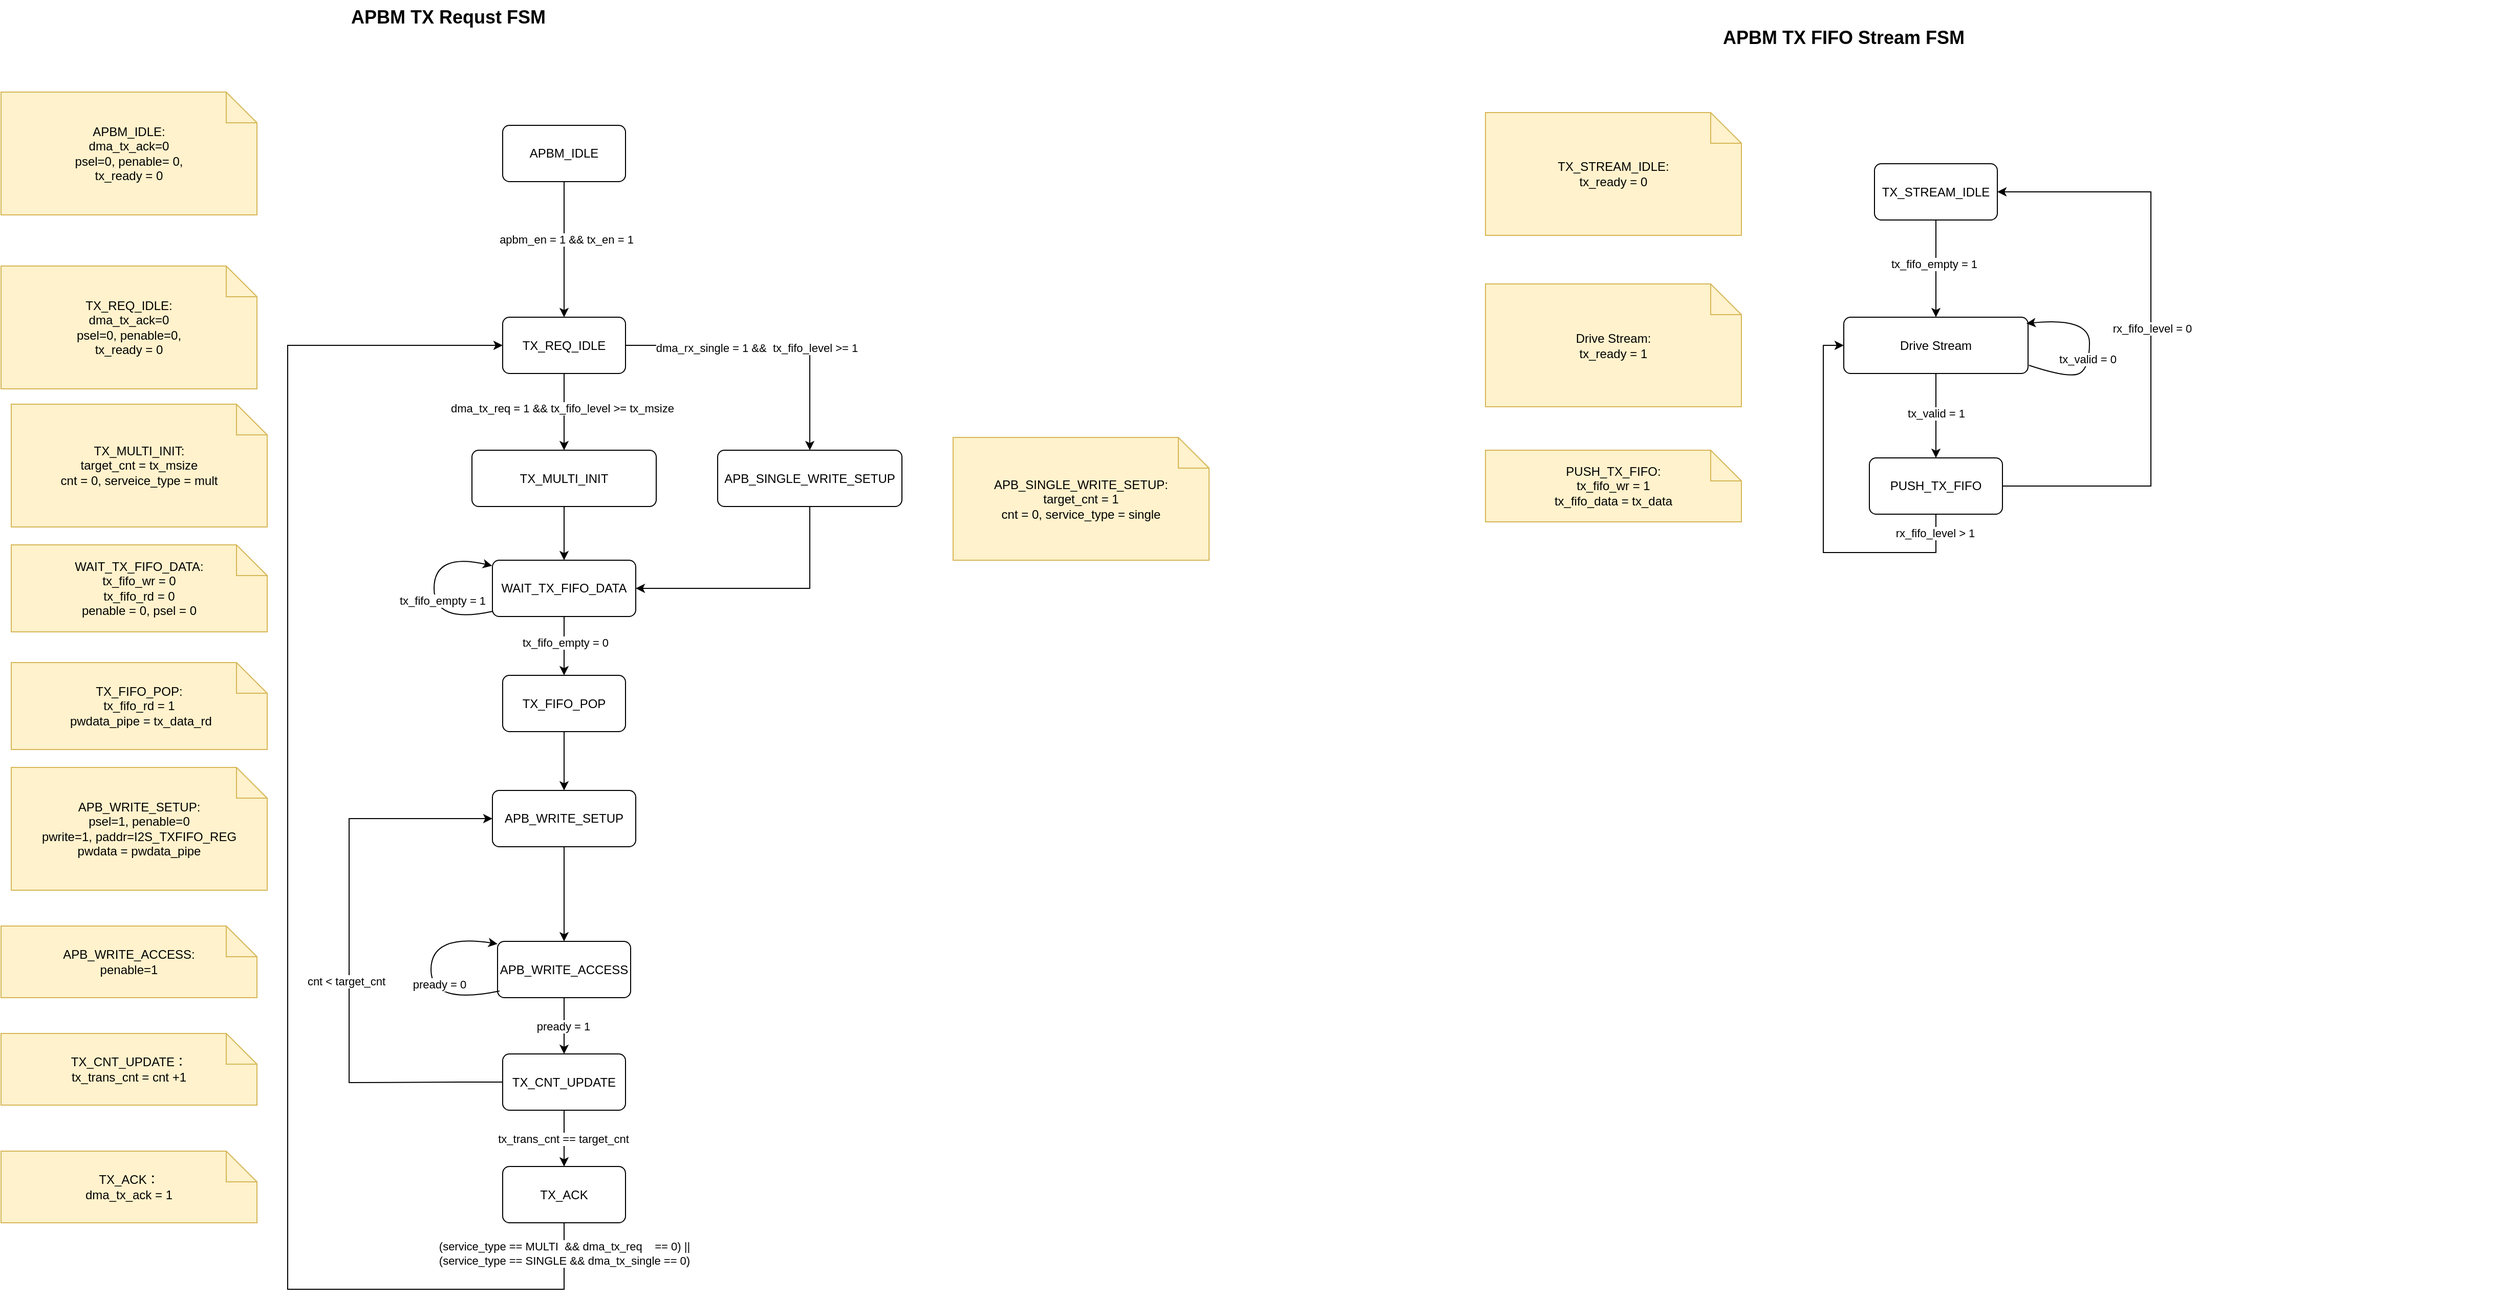
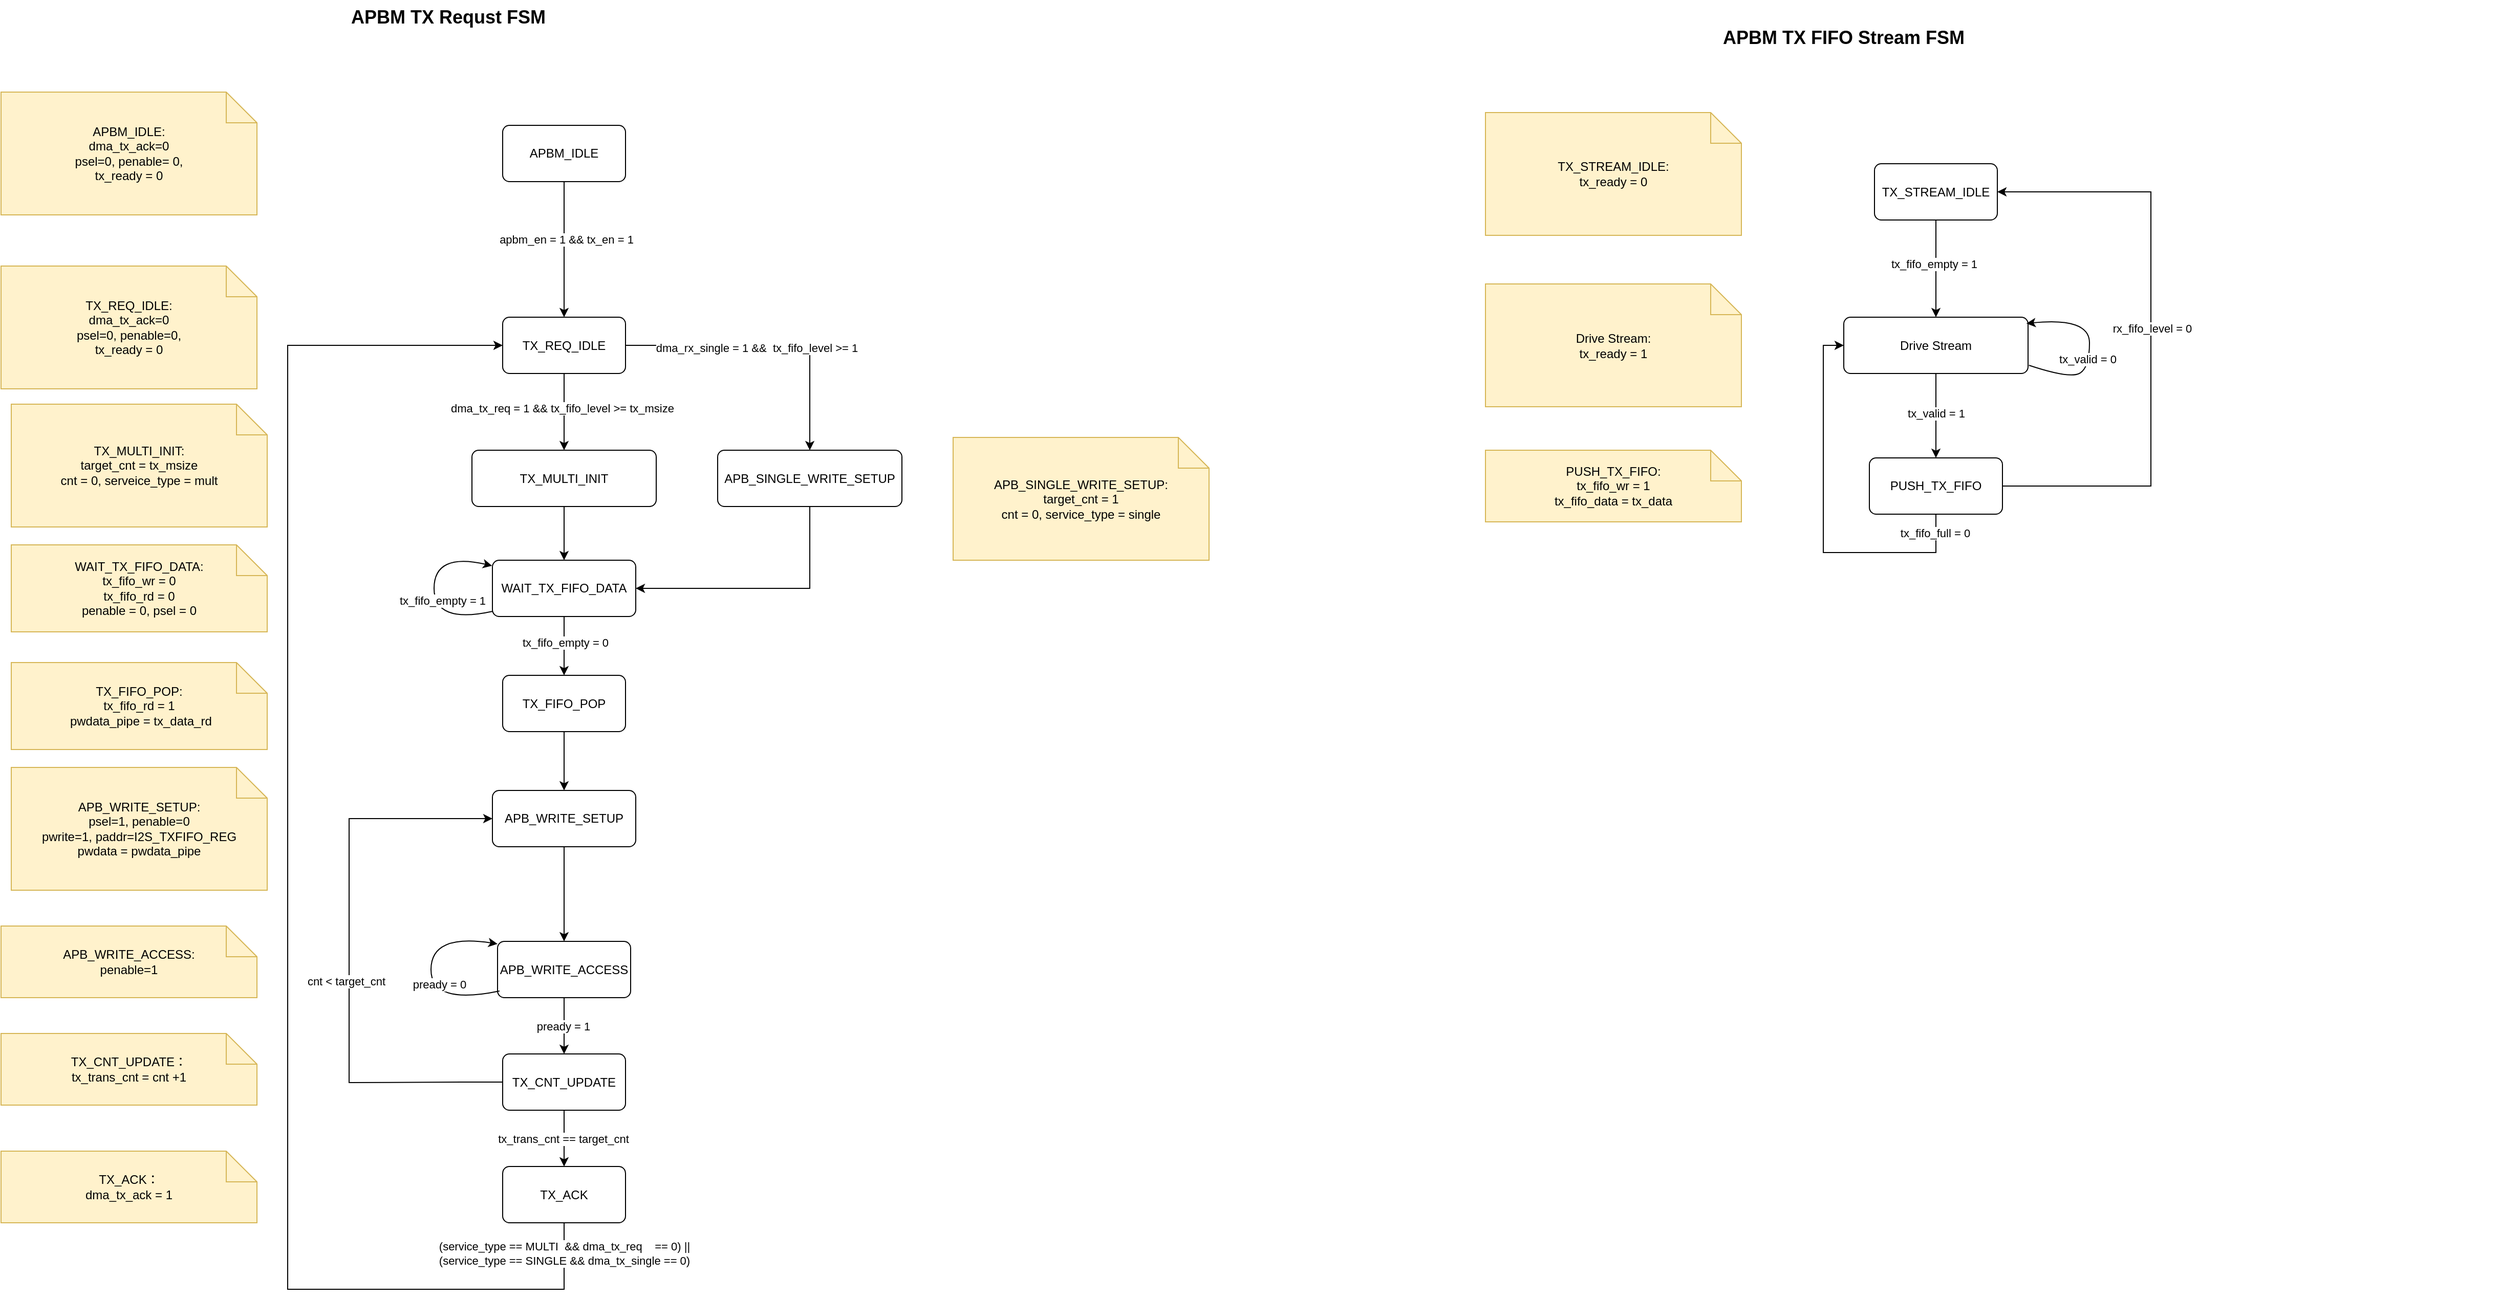
<mxfile host="app.diagrams.net">
  <diagram name="第 1 页" id="fH5n9Me7nUtPE_JYtTzi">
-     <mxGraphModel dx="619" dy="350" grid="1" gridSize="10" guides="1" tooltips="1" connect="1" arrows="1" fold="1" page="1" pageScale="1" pageWidth="827" pageHeight="1169" math="0" shadow="0">
+     <mxGraphModel dx="645" dy="364" grid="1" gridSize="10" guides="1" tooltips="1" connect="1" arrows="1" fold="1" page="1" pageScale="1" pageWidth="827" pageHeight="1169" math="0" shadow="0">
      <root>
        <mxCell id="0" />
        <mxCell id="1" parent="0" />
        <mxCell id="Ly1VW1kiYANL2SHkxWqd-1" parent="1" style="text;html=1;strokeColor=none;fillColor=none;fontSize=18;fontStyle=1;" value="APBM TX Requst FSM&amp;nbsp;&amp;nbsp;" vertex="1">
          <mxGeometry height="40" width="760" x="810" y="130" as="geometry" />
        </mxCell>
        <mxCell id="Ly1VW1kiYANL2SHkxWqd-2" parent="1" style="rounded=1;whiteSpace=wrap;html=1;arcSize=12;fillColor=#ffffff;strokeColor=#000000;" value="TX_REQ_IDLE" vertex="1">
          <mxGeometry height="55" width="120" x="960" y="440" as="geometry" />
        </mxCell>
        <mxCell id="Ly1VW1kiYANL2SHkxWqd-3" parent="1" style="rounded=1;whiteSpace=wrap;html=1;arcSize=12;fillColor=#ffffff;strokeColor=#000000;" value="APB_WRITE_SETUP" vertex="1">
          <mxGeometry height="55" width="140" x="950" y="902.5" as="geometry" />
        </mxCell>
        <mxCell id="Ly1VW1kiYANL2SHkxWqd-4" edge="1" parent="1" source="Ly1VW1kiYANL2SHkxWqd-2" style="endArrow=classic;html=1;rounded=0;exitX=0.5;exitY=1;exitDx=0;exitDy=0;entryX=0.5;entryY=0;entryDx=0;entryDy=0;" target="Ly1VW1kiYANL2SHkxWqd-40" value="">
          <mxGeometry height="50" relative="1" width="50" as="geometry">
            <mxPoint x="1040" y="560" as="sourcePoint" />
            <mxPoint x="1020" y="570" as="targetPoint" />
          </mxGeometry>
        </mxCell>
        <mxCell id="Ly1VW1kiYANL2SHkxWqd-5" connectable="0" parent="Ly1VW1kiYANL2SHkxWqd-4" style="edgeLabel;html=1;align=center;verticalAlign=middle;resizable=0;points=[];" value="dma_tx_req = 1 &amp;amp;&amp;amp; tx_fifo_level &amp;gt;= tx_msize" vertex="1">
          <mxGeometry relative="1" x="-0.0927" y="-2" as="geometry">
            <mxPoint as="offset" />
          </mxGeometry>
        </mxCell>
        <mxCell id="Ly1VW1kiYANL2SHkxWqd-6" parent="1" style="shape=note;whiteSpace=wrap;html=1;fillColor=#fff2cc;strokeColor=#d6b656;" value="APB_WRITE_SETUP:&lt;div&gt;psel=1, penable=0&lt;br&gt;pwrite=1, paddr=I2S_TXFIFO_REG&lt;/div&gt;&lt;div&gt;pwdata = pwdata_pipe&lt;/div&gt;" vertex="1">
          <mxGeometry height="120" width="250" x="480" y="880" as="geometry" />
        </mxCell>
        <mxCell id="Ly1VW1kiYANL2SHkxWqd-7" parent="1" style="rounded=1;whiteSpace=wrap;html=1;arcSize=12;fillColor=#ffffff;strokeColor=#000000;" value="APB_WRITE_ACCESS" vertex="1">
          <mxGeometry height="55" width="130" x="955" y="1050" as="geometry" />
        </mxCell>
        <mxCell id="Ly1VW1kiYANL2SHkxWqd-8" edge="1" parent="1" source="Ly1VW1kiYANL2SHkxWqd-3" style="endArrow=classic;html=1;rounded=0;exitX=0.5;exitY=1;exitDx=0;exitDy=0;entryX=0.5;entryY=0;entryDx=0;entryDy=0;" target="Ly1VW1kiYANL2SHkxWqd-7" value="">
          <mxGeometry height="50" relative="1" width="50" as="geometry">
            <mxPoint x="1030" y="1032.5" as="sourcePoint" />
            <mxPoint x="1080" y="982.5" as="targetPoint" />
          </mxGeometry>
        </mxCell>
        <mxCell id="Ly1VW1kiYANL2SHkxWqd-9" parent="1" style="shape=note;whiteSpace=wrap;html=1;fillColor=#fff2cc;strokeColor=#d6b656;" value="APB_WRITE_ACCESS:&lt;br&gt;penable=1" vertex="1">
          <mxGeometry height="70" width="250" x="470" y="1035" as="geometry" />
        </mxCell>
        <mxCell id="Ly1VW1kiYANL2SHkxWqd-10" edge="1" parent="1" source="Ly1VW1kiYANL2SHkxWqd-7" style="curved=1;endArrow=classic;html=1;rounded=0;exitX=0.015;exitY=0.881;exitDx=0;exitDy=0;entryX=0;entryY=0;entryDx=0;entryDy=0;exitPerimeter=0;" value="">
          <mxGeometry height="50" relative="1" width="50" as="geometry">
            <Array as="points">
              <mxPoint x="890" y="1112.5" />
              <mxPoint x="890" y="1042.5" />
            </Array>
            <mxPoint x="955" y="1107.5" as="sourcePoint" />
            <mxPoint x="955" y="1052.5" as="targetPoint" />
          </mxGeometry>
        </mxCell>
        <mxCell id="Ly1VW1kiYANL2SHkxWqd-11" connectable="0" parent="Ly1VW1kiYANL2SHkxWqd-10" style="edgeLabel;html=1;align=center;verticalAlign=middle;resizable=0;points=[];" value="pready = 0" vertex="1">
          <mxGeometry relative="1" x="-0.1215" y="-8" as="geometry">
            <mxPoint as="offset" />
          </mxGeometry>
        </mxCell>
        <mxCell id="Ly1VW1kiYANL2SHkxWqd-12" parent="1" style="rounded=1;whiteSpace=wrap;html=1;arcSize=12;fillColor=#ffffff;strokeColor=#000000;" value="WAIT_TX_FIFO_DATA" vertex="1">
          <mxGeometry height="55" width="140" x="950" y="677.5" as="geometry" />
        </mxCell>
        <mxCell id="Ly1VW1kiYANL2SHkxWqd-13" edge="1" parent="1" source="Ly1VW1kiYANL2SHkxWqd-7" style="endArrow=classic;html=1;rounded=0;exitX=0.5;exitY=1;exitDx=0;exitDy=0;entryX=0.5;entryY=0;entryDx=0;entryDy=0;" target="Ly1VW1kiYANL2SHkxWqd-47" value="">
          <mxGeometry height="50" relative="1" width="50" as="geometry">
            <mxPoint x="1010" y="1182.5" as="sourcePoint" />
            <mxPoint x="1020" y="1150" as="targetPoint" />
          </mxGeometry>
        </mxCell>
        <mxCell id="Ly1VW1kiYANL2SHkxWqd-14" connectable="0" parent="Ly1VW1kiYANL2SHkxWqd-13" style="edgeLabel;html=1;align=center;verticalAlign=middle;resizable=0;points=[];" value="pready = 1" vertex="1">
          <mxGeometry relative="1" x="0.0089" y="-1" as="geometry">
            <mxPoint as="offset" />
          </mxGeometry>
        </mxCell>
        <mxCell id="Ly1VW1kiYANL2SHkxWqd-15" parent="1" style="shape=note;whiteSpace=wrap;html=1;fillColor=#fff2cc;strokeColor=#d6b656;" value="WAIT_TX_FIFO_DATA:&lt;div&gt;tx_fifo_wr = 0&lt;/div&gt;&lt;div&gt;tx_fifo_rd = 0&lt;br&gt;&lt;/div&gt;&lt;div&gt;penable = 0, psel = 0&lt;/div&gt;" vertex="1">
          <mxGeometry height="85" width="250" x="480" y="662.5" as="geometry" />
        </mxCell>
        <mxCell id="Ly1VW1kiYANL2SHkxWqd-16" parent="1" style="rounded=1;whiteSpace=wrap;html=1;arcSize=12;fillColor=#ffffff;strokeColor=#000000;" value="TX_ACK" vertex="1">
          <mxGeometry height="55" width="120" x="960" y="1270" as="geometry" />
        </mxCell>
        <mxCell id="Ly1VW1kiYANL2SHkxWqd-17" edge="1" parent="1" source="Ly1VW1kiYANL2SHkxWqd-47" style="endArrow=classic;html=1;rounded=0;exitX=0.5;exitY=1;exitDx=0;exitDy=0;entryX=0.5;entryY=0;entryDx=0;entryDy=0;" target="Ly1VW1kiYANL2SHkxWqd-16" value="">
          <mxGeometry height="50" relative="1" width="50" as="geometry">
            <mxPoint x="1150.3600000000001" y="1105" as="sourcePoint" />
            <mxPoint x="1150" y="1140" as="targetPoint" />
          </mxGeometry>
        </mxCell>
        <mxCell id="Ly1VW1kiYANL2SHkxWqd-18" connectable="0" parent="Ly1VW1kiYANL2SHkxWqd-17" style="edgeLabel;html=1;align=center;verticalAlign=middle;resizable=0;points=[];" value="tx_trans_cnt == target_cnt" vertex="1">
          <mxGeometry relative="1" x="0.0089" y="-1" as="geometry">
            <mxPoint as="offset" />
          </mxGeometry>
        </mxCell>
        <mxCell id="Ly1VW1kiYANL2SHkxWqd-19" parent="1" style="shape=note;whiteSpace=wrap;html=1;fillColor=#fff2cc;strokeColor=#d6b656;" value="TX_ACK：&lt;div&gt;dma_tx_ack = 1&lt;/div&gt;" vertex="1">
          <mxGeometry height="70" width="250" x="470" y="1255" as="geometry" />
        </mxCell>
        <mxCell id="Ly1VW1kiYANL2SHkxWqd-20" parent="1" style="shape=note;whiteSpace=wrap;html=1;fillColor=#fff2cc;strokeColor=#d6b656;" value="TX_REQ_IDLE:&lt;div&gt;dma_tx_ack=0&lt;/div&gt;&lt;div&gt;psel=0, penable=0,&lt;br&gt;&lt;/div&gt;&lt;div&gt;tx_ready = 0&lt;br&gt;&lt;/div&gt;" vertex="1">
          <mxGeometry height="120" width="250" x="470" y="390" as="geometry" />
        </mxCell>
        <mxCell id="Ly1VW1kiYANL2SHkxWqd-21" edge="1" parent="1" source="Ly1VW1kiYANL2SHkxWqd-16" style="endArrow=classic;html=1;rounded=0;exitX=0.5;exitY=1;exitDx=0;exitDy=0;edgeStyle=orthogonalEdgeStyle;entryX=0;entryY=0.5;entryDx=0;entryDy=0;" target="Ly1VW1kiYANL2SHkxWqd-2" value="">
          <mxGeometry height="50" relative="1" width="50" as="geometry">
            <Array as="points">
              <mxPoint x="1020" y="1390" />
              <mxPoint x="750" y="1390" />
              <mxPoint x="750" y="467" />
            </Array>
            <mxPoint x="909.95" y="1052.5" as="sourcePoint" />
            <mxPoint x="850" y="465" as="targetPoint" />
          </mxGeometry>
        </mxCell>
        <mxCell id="Ly1VW1kiYANL2SHkxWqd-22" connectable="0" parent="Ly1VW1kiYANL2SHkxWqd-21" style="edgeLabel;html=1;align=center;verticalAlign=middle;resizable=0;points=[];" value="&lt;div&gt;(service_type == MULTI&amp;nbsp; &amp;amp;&amp;amp; dma_tx_req&amp;nbsp; &amp;nbsp; == 0) ||&lt;/div&gt;&lt;div&gt;(service_type == SINGLE &amp;amp;&amp;amp; dma_tx_single == 0)&lt;/div&gt;" vertex="1">
          <mxGeometry relative="1" x="-0.9589" as="geometry">
            <mxPoint as="offset" />
          </mxGeometry>
        </mxCell>
        <mxCell id="Ly1VW1kiYANL2SHkxWqd-23" edge="1" parent="1" source="Ly1VW1kiYANL2SHkxWqd-2" style="endArrow=classic;html=1;rounded=0;exitX=1;exitY=0.5;exitDx=0;exitDy=0;edgeStyle=orthogonalEdgeStyle;entryX=0.5;entryY=0;entryDx=0;entryDy=0;" target="Ly1VW1kiYANL2SHkxWqd-25" value="">
          <mxGeometry height="50" relative="1" width="50" as="geometry">
            <mxPoint x="1250" y="540" as="sourcePoint" />
            <mxPoint x="1260" y="560" as="targetPoint" />
          </mxGeometry>
        </mxCell>
        <mxCell id="Ly1VW1kiYANL2SHkxWqd-24" connectable="0" parent="Ly1VW1kiYANL2SHkxWqd-23" style="edgeLabel;html=1;align=center;verticalAlign=middle;resizable=0;points=[];" value="dma_rx_single = 1 &amp;amp;&amp;amp;&amp;nbsp; tx_fifo_level &amp;gt;= 1" vertex="1">
          <mxGeometry relative="1" x="-0.0927" y="-2" as="geometry">
            <mxPoint as="offset" />
          </mxGeometry>
        </mxCell>
        <mxCell id="Ly1VW1kiYANL2SHkxWqd-25" parent="1" style="rounded=1;whiteSpace=wrap;html=1;arcSize=12;fillColor=#ffffff;strokeColor=#000000;" value="APB_SINGLE_WRITE_SETUP" vertex="1">
          <mxGeometry height="55" width="180" x="1170" y="570" as="geometry" />
        </mxCell>
        <mxCell id="Ly1VW1kiYANL2SHkxWqd-26" parent="1" style="shape=note;whiteSpace=wrap;html=1;fillColor=#fff2cc;strokeColor=#d6b656;" value="APB_SINGLE_WRITE_SETUP:&lt;div&gt;target_cnt = 1&lt;br&gt;cnt = 0, service_type = single&lt;/div&gt;" vertex="1">
          <mxGeometry height="120" width="250" x="1400" y="557.5" as="geometry" />
        </mxCell>
        <mxCell id="Ly1VW1kiYANL2SHkxWqd-27" edge="1" parent="1" source="Ly1VW1kiYANL2SHkxWqd-25" style="endArrow=classic;html=1;rounded=0;exitX=0.5;exitY=1;exitDx=0;exitDy=0;edgeStyle=orthogonalEdgeStyle;entryX=1;entryY=0.5;entryDx=0;entryDy=0;" target="Ly1VW1kiYANL2SHkxWqd-12" value="">
          <mxGeometry height="50" relative="1" width="50" as="geometry">
            <mxPoint x="1230" y="950" as="sourcePoint" />
            <mxPoint x="1210" y="680" as="targetPoint" />
          </mxGeometry>
        </mxCell>
        <mxCell id="Ly1VW1kiYANL2SHkxWqd-28" parent="1" style="rounded=1;whiteSpace=wrap;html=1;arcSize=12;fillColor=#ffffff;strokeColor=#000000;" value="TX_FIFO_POP" vertex="1">
          <mxGeometry height="55" width="120" x="960" y="790" as="geometry" />
        </mxCell>
        <mxCell id="Ly1VW1kiYANL2SHkxWqd-29" edge="1" parent="1" source="Ly1VW1kiYANL2SHkxWqd-12" style="endArrow=classic;html=1;rounded=0;exitX=0.5;exitY=1;exitDx=0;exitDy=0;entryX=0.5;entryY=0;entryDx=0;entryDy=0;" target="Ly1VW1kiYANL2SHkxWqd-28" value="">
          <mxGeometry height="50" relative="1" width="50" as="geometry">
            <mxPoint x="1090" y="797.5" as="sourcePoint" />
            <mxPoint x="1040" y="787.5" as="targetPoint" />
          </mxGeometry>
        </mxCell>
        <mxCell id="Ly1VW1kiYANL2SHkxWqd-30" connectable="0" parent="Ly1VW1kiYANL2SHkxWqd-29" style="edgeLabel;html=1;align=center;verticalAlign=middle;resizable=0;points=[];" value="tx_fifo_empty = 0" vertex="1">
          <mxGeometry relative="1" x="-0.1138" y="1" as="geometry">
            <mxPoint as="offset" />
          </mxGeometry>
        </mxCell>
        <mxCell id="Ly1VW1kiYANL2SHkxWqd-31" edge="1" parent="1" style="curved=1;endArrow=classic;html=1;rounded=0;entryX=-0.002;entryY=0.099;entryDx=0;entryDy=0;entryPerimeter=0;" target="Ly1VW1kiYANL2SHkxWqd-12" value="">
          <mxGeometry height="50" relative="1" width="50" as="geometry">
            <Array as="points">
              <mxPoint x="893" y="740" />
              <mxPoint x="893" y="670" />
            </Array>
            <mxPoint x="950" y="727.5" as="sourcePoint" />
            <mxPoint x="958" y="680" as="targetPoint" />
          </mxGeometry>
        </mxCell>
        <mxCell id="Ly1VW1kiYANL2SHkxWqd-32" connectable="0" parent="Ly1VW1kiYANL2SHkxWqd-31" style="edgeLabel;html=1;align=center;verticalAlign=middle;resizable=0;points=[];" value="tx_fifo_empty = 1" vertex="1">
          <mxGeometry relative="1" x="-0.1215" y="-8" as="geometry">
            <mxPoint as="offset" />
          </mxGeometry>
        </mxCell>
        <mxCell id="Ly1VW1kiYANL2SHkxWqd-33" parent="1" style="shape=note;whiteSpace=wrap;html=1;fillColor=#fff2cc;strokeColor=#d6b656;" value="TX_FIFO_POP:&lt;div&gt;tx_fifo_rd = 1&lt;br&gt;&lt;div&gt;&amp;nbsp;pwdata_pipe = tx_data_rd&lt;/div&gt;&lt;/div&gt;" vertex="1">
          <mxGeometry height="85" width="250" x="480" y="777.5" as="geometry" />
        </mxCell>
        <mxCell id="Ly1VW1kiYANL2SHkxWqd-34" parent="1" style="rounded=1;whiteSpace=wrap;html=1;arcSize=12;fillColor=#ffffff;strokeColor=#000000;" value="APBM_IDLE" vertex="1">
          <mxGeometry height="55" width="120" x="960" y="252.5" as="geometry" />
        </mxCell>
        <mxCell id="Ly1VW1kiYANL2SHkxWqd-35" edge="1" parent="1" source="Ly1VW1kiYANL2SHkxWqd-34" style="endArrow=classic;html=1;rounded=0;exitX=0.5;exitY=1;exitDx=0;exitDy=0;" target="Ly1VW1kiYANL2SHkxWqd-2" value="">
          <mxGeometry height="50" relative="1" width="50" as="geometry">
            <mxPoint x="1060" y="360" as="sourcePoint" />
            <mxPoint x="1110" y="310" as="targetPoint" />
          </mxGeometry>
        </mxCell>
        <mxCell id="Ly1VW1kiYANL2SHkxWqd-36" connectable="0" parent="Ly1VW1kiYANL2SHkxWqd-35" style="edgeLabel;html=1;align=center;verticalAlign=middle;resizable=0;points=[];" value="apbm_en = 1 &amp;amp;&amp;amp; tx_en = 1" vertex="1">
          <mxGeometry relative="1" x="-0.1446" y="2" as="geometry">
            <mxPoint as="offset" />
          </mxGeometry>
        </mxCell>
        <mxCell id="Ly1VW1kiYANL2SHkxWqd-37" parent="1" style="shape=note;whiteSpace=wrap;html=1;fillColor=#fff2cc;strokeColor=#d6b656;" value="APBM_IDLE:&lt;div&gt;dma_tx_ack=0&lt;/div&gt;&lt;div&gt;psel=0, penable= 0,&lt;br&gt;&lt;/div&gt;&lt;div&gt;tx_ready = 0&lt;/div&gt;" vertex="1">
          <mxGeometry height="120" width="250" x="470" y="220" as="geometry" />
        </mxCell>
        <mxCell id="Ly1VW1kiYANL2SHkxWqd-38" edge="1" parent="1" source="Ly1VW1kiYANL2SHkxWqd-47" style="endArrow=classic;html=1;rounded=0;edgeStyle=orthogonalEdgeStyle;entryX=0;entryY=0.5;entryDx=0;entryDy=0;exitX=0;exitY=0.5;exitDx=0;exitDy=0;" target="Ly1VW1kiYANL2SHkxWqd-3" value="">
          <mxGeometry height="50" relative="1" width="50" as="geometry">
            <Array as="points">
              <mxPoint x="920" y="1187" />
              <mxPoint x="810" y="1188" />
              <mxPoint x="810" y="930" />
            </Array>
            <mxPoint x="920" y="1150" as="sourcePoint" />
            <mxPoint x="800" y="810" as="targetPoint" />
          </mxGeometry>
        </mxCell>
        <mxCell id="Ly1VW1kiYANL2SHkxWqd-39" connectable="0" parent="Ly1VW1kiYANL2SHkxWqd-38" style="edgeLabel;html=1;align=center;verticalAlign=middle;resizable=0;points=[];" value="cnt &amp;lt; target_cnt" vertex="1">
          <mxGeometry relative="1" x="-0.0902" y="3" as="geometry">
            <mxPoint as="offset" />
          </mxGeometry>
        </mxCell>
        <mxCell id="Ly1VW1kiYANL2SHkxWqd-40" parent="1" style="rounded=1;whiteSpace=wrap;html=1;arcSize=12;fillColor=#ffffff;strokeColor=#000000;" value="TX_MULTI_INIT" vertex="1">
          <mxGeometry height="55" width="180" x="930" y="570" as="geometry" />
        </mxCell>
        <mxCell id="Ly1VW1kiYANL2SHkxWqd-41" edge="1" parent="1" source="Ly1VW1kiYANL2SHkxWqd-40" style="endArrow=classic;html=1;rounded=0;exitX=0.5;exitY=1;exitDx=0;exitDy=0;entryX=0.5;entryY=0;entryDx=0;entryDy=0;" target="Ly1VW1kiYANL2SHkxWqd-12" value="">
          <mxGeometry height="50" relative="1" width="50" as="geometry">
            <mxPoint x="1010" y="640" as="sourcePoint" />
            <mxPoint x="1020" y="670" as="targetPoint" />
          </mxGeometry>
        </mxCell>
        <mxCell id="Ly1VW1kiYANL2SHkxWqd-42" parent="1" style="shape=note;whiteSpace=wrap;html=1;fillColor=#fff2cc;strokeColor=#d6b656;" value="TX_MULTI_INIT:&lt;div&gt;target_cnt = tx_msize&lt;br&gt;cnt = 0, serveice_type = mult&lt;/div&gt;" vertex="1">
          <mxGeometry height="120" width="250" x="480" y="525" as="geometry" />
        </mxCell>
        <mxCell id="Ly1VW1kiYANL2SHkxWqd-45" edge="1" parent="1" source="Ly1VW1kiYANL2SHkxWqd-28" style="endArrow=classic;html=1;rounded=0;exitX=0.5;exitY=1;exitDx=0;exitDy=0;" target="Ly1VW1kiYANL2SHkxWqd-3" value="">
          <mxGeometry height="50" relative="1" width="50" as="geometry">
            <mxPoint x="1019.5699999999999" y="845" as="sourcePoint" />
            <mxPoint x="1019.5699999999999" y="902" as="targetPoint" />
          </mxGeometry>
        </mxCell>
        <mxCell id="Ly1VW1kiYANL2SHkxWqd-47" parent="1" style="rounded=1;whiteSpace=wrap;html=1;arcSize=12;fillColor=#ffffff;strokeColor=#000000;" value="TX_CNT_UPDATE" vertex="1">
          <mxGeometry height="55" width="120" x="960" y="1160" as="geometry" />
        </mxCell>
        <mxCell id="Ly1VW1kiYANL2SHkxWqd-48" parent="1" style="shape=note;whiteSpace=wrap;html=1;fillColor=#fff2cc;strokeColor=#d6b656;" value="TX_CNT_UPDATE：&lt;div&gt;tx_trans_cnt = cnt +1&lt;/div&gt;" vertex="1">
          <mxGeometry height="70" width="250" x="470" y="1140" as="geometry" />
        </mxCell>
        <mxCell id="Ly1VW1kiYANL2SHkxWqd-49" parent="1" style="text;html=1;strokeColor=none;fillColor=none;fontSize=18;fontStyle=1;" value="APBM TX FIFO Stream FSM&amp;nbsp;&amp;nbsp;" vertex="1">
          <mxGeometry height="40" width="760" x="2150" y="150" as="geometry" />
        </mxCell>
        <mxCell id="Ly1VW1kiYANL2SHkxWqd-50" parent="1" style="rounded=1;whiteSpace=wrap;html=1;arcSize=12;fillColor=#ffffff;strokeColor=#000000;" value="TX_STREAM_IDLE" vertex="1">
          <mxGeometry height="55" width="120" x="2300" y="290" as="geometry" />
        </mxCell>
        <mxCell id="Ly1VW1kiYANL2SHkxWqd-51" parent="1" style="rounded=1;whiteSpace=wrap;html=1;arcSize=12;fillColor=#ffffff;strokeColor=#000000;" value="Drive Stream" vertex="1">
          <mxGeometry height="55" width="180" x="2270" y="440" as="geometry" />
        </mxCell>
        <mxCell id="Ly1VW1kiYANL2SHkxWqd-52" edge="1" parent="1" source="Ly1VW1kiYANL2SHkxWqd-50" style="endArrow=classic;html=1;rounded=0;exitX=0.5;exitY=1;exitDx=0;exitDy=0;entryX=0.5;entryY=0;entryDx=0;entryDy=0;" target="Ly1VW1kiYANL2SHkxWqd-51" value="">
          <mxGeometry height="50" relative="1" width="50" as="geometry">
            <mxPoint x="2380" y="410" as="sourcePoint" />
            <mxPoint x="2430" y="360" as="targetPoint" />
          </mxGeometry>
        </mxCell>
        <mxCell id="Ly1VW1kiYANL2SHkxWqd-53" connectable="0" parent="Ly1VW1kiYANL2SHkxWqd-52" style="edgeLabel;html=1;align=center;verticalAlign=middle;resizable=0;points=[];" value="tx_fifo_empty = 1" vertex="1">
          <mxGeometry relative="1" x="-0.0927" y="-2" as="geometry">
            <mxPoint as="offset" />
          </mxGeometry>
        </mxCell>
        <mxCell id="Ly1VW1kiYANL2SHkxWqd-54" parent="1" style="shape=note;whiteSpace=wrap;html=1;fillColor=#fff2cc;strokeColor=#d6b656;" value="Drive Stream:&lt;div&gt;tx_ready = 1&lt;/div&gt;" vertex="1">
          <mxGeometry height="120" width="250" x="1920" y="407.5" as="geometry" />
        </mxCell>
        <mxCell id="Ly1VW1kiYANL2SHkxWqd-55" parent="1" style="rounded=1;whiteSpace=wrap;html=1;arcSize=12;fillColor=#ffffff;strokeColor=#000000;" value="PUSH_TX_FIFO" vertex="1">
          <mxGeometry height="55" width="130" x="2295" y="577.5" as="geometry" />
        </mxCell>
        <mxCell id="Ly1VW1kiYANL2SHkxWqd-56" edge="1" parent="1" source="Ly1VW1kiYANL2SHkxWqd-51" style="endArrow=classic;html=1;rounded=0;exitX=0.5;exitY=1;exitDx=0;exitDy=0;entryX=0.5;entryY=0;entryDx=0;entryDy=0;" target="Ly1VW1kiYANL2SHkxWqd-55" value="">
          <mxGeometry height="50" relative="1" width="50" as="geometry">
            <mxPoint x="2370" y="560" as="sourcePoint" />
            <mxPoint x="2420" y="510" as="targetPoint" />
          </mxGeometry>
        </mxCell>
        <mxCell id="Ly1VW1kiYANL2SHkxWqd-57" connectable="0" parent="Ly1VW1kiYANL2SHkxWqd-56" style="edgeLabel;html=1;align=center;verticalAlign=middle;resizable=0;points=[];" value="tx_valid = 1" vertex="1">
          <mxGeometry relative="1" x="-0.0537" as="geometry">
            <mxPoint as="offset" />
          </mxGeometry>
        </mxCell>
        <mxCell id="Ly1VW1kiYANL2SHkxWqd-58" parent="1" style="shape=note;whiteSpace=wrap;html=1;fillColor=#fff2cc;strokeColor=#d6b656;" value="PUSH_TX_FIFO:&lt;div&gt;tx_fifo_wr = 1&lt;/div&gt;&lt;div&gt;tx_fifo_data = tx_data&lt;/div&gt;" vertex="1">
          <mxGeometry height="70" width="250" x="1920" y="570" as="geometry" />
        </mxCell>
        <mxCell id="Ly1VW1kiYANL2SHkxWqd-59" parent="1" style="shape=note;whiteSpace=wrap;html=1;fillColor=#fff2cc;strokeColor=#d6b656;" value="TX_STREAM_IDLE:&lt;div&gt;tx_ready = 0&lt;/div&gt;" vertex="1">
          <mxGeometry height="120" width="250" x="1920" y="240" as="geometry" />
        </mxCell>
        <mxCell id="Ly1VW1kiYANL2SHkxWqd-60" edge="1" parent="1" source="Ly1VW1kiYANL2SHkxWqd-55" style="endArrow=classic;html=1;rounded=0;exitX=0.5;exitY=1;exitDx=0;exitDy=0;entryX=0;entryY=0.5;entryDx=0;entryDy=0;edgeStyle=orthogonalEdgeStyle;" target="Ly1VW1kiYANL2SHkxWqd-51" value="">
          <mxGeometry height="50" relative="1" width="50" as="geometry">
            <Array as="points">
              <mxPoint x="2360" y="670" />
              <mxPoint x="2250" y="670" />
              <mxPoint x="2250" y="468" />
            </Array>
            <mxPoint x="2550" y="570" as="sourcePoint" />
            <mxPoint x="2600" y="520" as="targetPoint" />
          </mxGeometry>
        </mxCell>
-         <mxCell id="Ly1VW1kiYANL2SHkxWqd-61" connectable="0" parent="Ly1VW1kiYANL2SHkxWqd-60" style="edgeLabel;html=1;align=center;verticalAlign=middle;resizable=0;points=[];" value="rx_fifo_level &amp;gt; 1" vertex="1">
+         <mxCell id="Ly1VW1kiYANL2SHkxWqd-61" connectable="0" parent="Ly1VW1kiYANL2SHkxWqd-60" style="edgeLabel;html=1;align=center;verticalAlign=middle;resizable=0;points=[];" value="tx_fifo_full = 0" vertex="1">
          <mxGeometry relative="1" x="-0.9016" y="-1" as="geometry">
            <mxPoint as="offset" />
          </mxGeometry>
        </mxCell>
        <mxCell id="Ly1VW1kiYANL2SHkxWqd-62" edge="1" parent="1" source="Ly1VW1kiYANL2SHkxWqd-55" style="endArrow=classic;html=1;rounded=0;exitX=1;exitY=0.5;exitDx=0;exitDy=0;entryX=1;entryY=0.5;entryDx=0;entryDy=0;edgeStyle=orthogonalEdgeStyle;" target="Ly1VW1kiYANL2SHkxWqd-50" value="">
          <mxGeometry height="50" relative="1" width="50" as="geometry">
            <Array as="points">
              <mxPoint x="2570" y="605" />
              <mxPoint x="2570" y="318" />
            </Array>
            <mxPoint x="2510" y="600" as="sourcePoint" />
            <mxPoint x="2560" y="550" as="targetPoint" />
          </mxGeometry>
        </mxCell>
        <mxCell id="Ly1VW1kiYANL2SHkxWqd-63" connectable="0" parent="Ly1VW1kiYANL2SHkxWqd-62" style="edgeLabel;html=1;align=center;verticalAlign=middle;resizable=0;points=[];" value="rx_fifo_level = 0" vertex="1">
          <mxGeometry relative="1" x="0.0267" y="-1" as="geometry">
            <mxPoint as="offset" />
          </mxGeometry>
        </mxCell>
        <mxCell id="Ly1VW1kiYANL2SHkxWqd-64" edge="1" parent="1" source="Ly1VW1kiYANL2SHkxWqd-51" style="curved=1;endArrow=classic;html=1;rounded=0;entryX=0.991;entryY=0.112;entryDx=0;entryDy=0;exitX=1.005;exitY=0.854;exitDx=0;exitDy=0;exitPerimeter=0;entryPerimeter=0;" target="Ly1VW1kiYANL2SHkxWqd-51" value="">
          <mxGeometry height="50" relative="1" width="50" as="geometry">
            <Array as="points">
              <mxPoint x="2490" y="500" />
              <mxPoint x="2510" y="490" />
              <mxPoint x="2510" y="440" />
            </Array>
            <mxPoint x="2460" y="560" as="sourcePoint" />
            <mxPoint x="2510" y="510" as="targetPoint" />
          </mxGeometry>
        </mxCell>
        <mxCell id="Ly1VW1kiYANL2SHkxWqd-65" connectable="0" parent="Ly1VW1kiYANL2SHkxWqd-64" style="edgeLabel;html=1;align=center;verticalAlign=middle;resizable=0;points=[];" value="tx_valid = 0" vertex="1">
          <mxGeometry relative="1" x="-0.1698" y="2" as="geometry">
            <mxPoint as="offset" />
          </mxGeometry>
        </mxCell>
      </root>
    </mxGraphModel>
  </diagram>
</mxfile>
